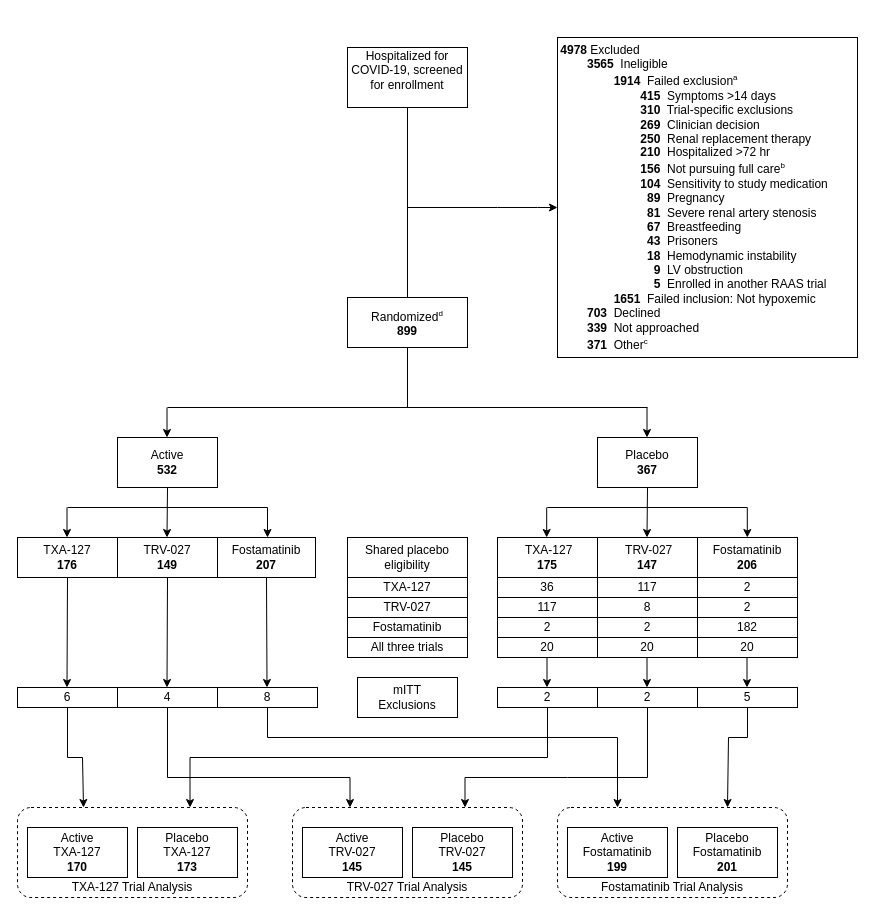
Before: Combined A4HT-CONSORT.drawio in jjdeclercq/VUMisC, a draw.io diagram. Source tidied: cells renumbered, new cells numbered last; positions are measured from the earlier drawing's top-left corner, leaving out a move shared by most shapes. Both pictures are drawn from the tidied source at 100%, with x=0, y=0 at pixel (17, 37).
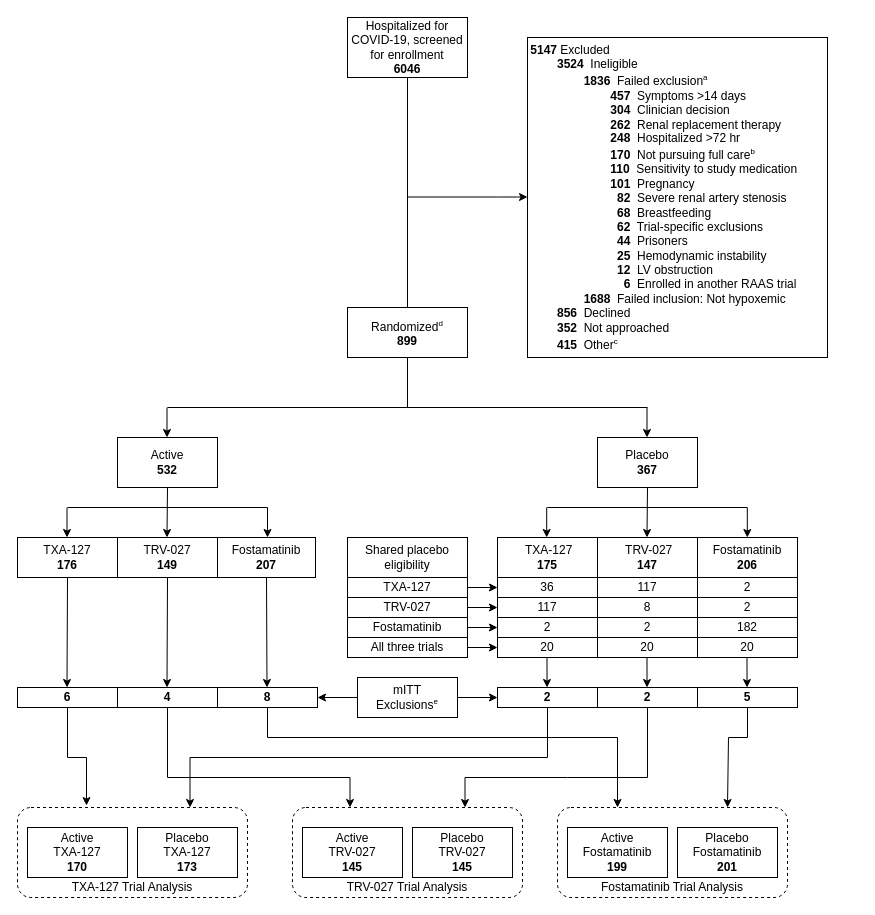
The same page after the edit.

Unchanged cells that the change refers to:
```xml
<mxCell id="16" style="rounded=1;whiteSpace=wrap;html=1;dashed=1;" parent="1" vertex="1">
  <mxGeometry y="770" width="230" height="90" as="geometry" />
</mxCell>
<mxCell id="24" value="36" style="rounded=0;whiteSpace=wrap;html=1;" parent="1" vertex="1">
  <mxGeometry x="480" y="540" width="100" height="20" as="geometry" />
</mxCell>
<mxCell id="27" value="117" style="rounded=0;whiteSpace=wrap;html=1;" parent="1" vertex="1">
  <mxGeometry x="480" y="560" width="100" height="20" as="geometry" />
</mxCell>
<mxCell id="30" value="2" style="rounded=0;whiteSpace=wrap;html=1;" parent="1" vertex="1">
  <mxGeometry x="480" y="580" width="100" height="20" as="geometry" />
</mxCell>
<mxCell id="33" value="20" style="rounded=0;whiteSpace=wrap;html=1;" parent="1" vertex="1">
  <mxGeometry x="480" y="600" width="100" height="20" as="geometry" />
</mxCell>
<mxCell id="56" value="TXA-127" style="rounded=0;whiteSpace=wrap;html=1;" parent="1" vertex="1">
  <mxGeometry x="330" y="540" width="120" height="20" as="geometry" />
</mxCell>
<mxCell id="57" value="TRV-027" style="rounded=0;whiteSpace=wrap;html=1;" parent="1" vertex="1">
  <mxGeometry x="330" y="560" width="120" height="20" as="geometry" />
</mxCell>
<mxCell id="58" value="Fostamatinib" style="rounded=0;whiteSpace=wrap;html=1;" parent="1" vertex="1">
  <mxGeometry x="330" y="580" width="120" height="20" as="geometry" />
</mxCell>
<mxCell id="59" value="All three trials" style="rounded=0;whiteSpace=wrap;html=1;" parent="1" vertex="1">
  <mxGeometry x="330" y="600" width="120" height="20" as="geometry" />
</mxCell>
```

What changed in the source:
```diff
@@
-    <mxCell id="2" value="Hospitalized for COVID-19, screened for enrollment&lt;div&gt;&lt;br/&gt;&lt;/div&gt;" style="rounded=0;whiteSpace=wrap;html=1;" parent="1" vertex="1">
-      <mxGeometry x="330" y="10" width="120" height="60" as="geometry" />
+    <mxCell id="2" value="Hospitalized for COVID-19, screened for enrollment&lt;div&gt;&lt;b&gt;6046&lt;/b&gt;&lt;/div&gt;" style="rounded=0;whiteSpace=wrap;html=1;" parent="1" vertex="1">
+      <mxGeometry x="330" y="-20" width="120" height="60" as="geometry" />
     </mxCell>
@@
-    <mxCell id="4" value="&lt;div style=&quot;text-align: left;&quot;&gt;&lt;span style=&quot;background-color: initial;&quot;&gt;&lt;b&gt;4978 &lt;/b&gt;Excluded&lt;br&gt;&lt;/span&gt;&lt;/div&gt;&lt;div style=&quot;text-align: left;&quot;&gt;&lt;span style=&quot;background-color: initial;&quot;&gt;&lt;b&gt;&lt;span style=&quot;white-space: pre;&quot;&gt;&#9;&lt;/span&gt;3565&lt;/b&gt;&amp;nbsp; Ineligible&lt;/span&gt;&lt;/div&gt;&lt;div style=&quot;text-align: left;&quot;&gt;&lt;span style=&quot;background-color: initial;&quot;&gt;&lt;span style=&quot;white-space: pre;&quot;&gt;&#9;&lt;span style=&quot;white-space: pre;&quot;&gt;&#9;&lt;/span&gt;&lt;/span&gt;&lt;b&gt;1914&lt;/b&gt;&amp;nbsp; Failed exclusion&lt;sup style=&quot;&quot;&gt;&lt;font style=&quot;font-size: 8px;&quot;&gt;a&lt;/font&gt;&lt;/sup&gt;&lt;/span&gt;&lt;/div&gt;&lt;div style=&quot;text-align: left;&quot;&gt;&lt;span style=&quot;background-color: initial;&quot;&gt;&lt;span style=&quot;white-space: pre;&quot;&gt;&#9;&lt;/span&gt;&lt;span style=&quot;white-space: pre;&quot;&gt;&#9;&lt;span style=&quot;white-space: pre;&quot;&gt;&#9;&lt;/span&gt;&lt;/span&gt;&lt;b&gt;415&lt;/b&gt;&amp;nbsp; Symptoms &amp;gt;14 days&lt;/span&gt;&lt;br&gt;&lt;/div&gt;&lt;div style=&quot;text-align: left;&quot;&gt;&lt;span style=&quot;white-space: pre;&quot;&gt;&#9;&lt;/span&gt;&lt;span style=&quot;white-space: pre;&quot;&gt;&#9;&lt;span style=&quot;white-space: pre;&quot;&gt;&#9;&lt;/span&gt;&lt;/span&gt;&lt;b&gt;310&lt;/b&gt;&amp;nbsp; Trial-specific exclusions&lt;span style=&quot;background-color: initial;&quot;&gt;&lt;br&gt;&lt;/span&gt;&lt;/div&gt;&lt;div style=&quot;text-align: left;&quot;&gt;&lt;span style=&quot;white-space: pre;&quot;&gt;&#9;&lt;/span&gt;&lt;span style=&quot;white-space: pre;&quot;&gt;&#9;&lt;span style=&quot;white-space: pre;&quot;&gt;&#9;&lt;/span&gt;&lt;/span&gt;&lt;b&gt;269&lt;/b&gt;&amp;nbsp; Clinician decision&lt;/div&gt;&lt;div style=&quot;text-align: left;&quot;&gt;&lt;b&gt;&lt;span style=&quot;white-space: pre;&quot;&gt;&#9;&lt;/span&gt;&lt;span style=&quot;white-space: pre;&quot;&gt;&#9;&lt;span style=&quot;white-space: pre;&quot;&gt;&#9;&lt;/span&gt;&lt;/span&gt;250&lt;/b&gt;&amp;nbsp; Renal replacement therapy&lt;br&gt;&lt;/div&gt;&lt;div style=&quot;text-align: left; line-height: 100%;&quot;&gt;&lt;span style=&quot;white-space: pre;&quot;&gt;&#9;&lt;/span&gt;&lt;span style=&quot;white-space: pre;&quot;&gt;&#9;&lt;span style=&quot;white-space: pre;&quot;&gt;&#9;&lt;/span&gt;&lt;/span&gt;&lt;b&gt;210&lt;/b&gt;&amp;nbsp; Hospitalized &amp;gt;72 hr&lt;/div&gt;&lt;div style=&quot;text-align: left; line-height: 120%;&quot;&gt;&lt;span style=&quot;white-space: pre;&quot;&gt;&#9;&lt;/span&gt;&lt;span style=&quot;white-space: pre;&quot;&gt;&#9;&lt;span style=&quot;white-space: pre;&quot;&gt;&#9;&lt;/span&gt;&lt;/span&gt;&lt;b&gt;156&lt;/b&gt;&amp;nbsp; Not pursuing full care&lt;sup&gt;&lt;font style=&quot;font-size: 8px;&quot;&gt;b&lt;/font&gt;&lt;/sup&gt;&lt;span style=&quot;background-color: initial; white-space: pre;&quot;&gt;&#9;&lt;/span&gt;&lt;/div&gt;&lt;div style=&quot;text-align: left;&quot;&gt;&lt;span style=&quot;background-color: initial; white-space: pre;&quot;&gt;&#9;&lt;/span&gt;&lt;span style=&quot;background-color: initial; white-space: pre;&quot;&gt;&#9;&lt;span style=&quot;white-space: pre;&quot;&gt;&#9;&lt;/span&gt;&lt;/span&gt;&lt;b style=&quot;background-color: initial;&quot;&gt;104&lt;/b&gt;&lt;span style=&quot;background-color: initial;&quot;&gt;&amp;nbsp; Sensitivity to study medication&lt;/span&gt;&lt;span style=&quot;background-color: initial; white-space: pre;&quot;&gt;&#9;&lt;/span&gt;&lt;/div&gt;&lt;div style=&quot;text-align: left;&quot;&gt;&lt;span style=&quot;background-color: initial;&quot;&gt;&lt;span style=&quot;white-space: pre;&quot;&gt;&#9;&lt;/span&gt;&lt;span style=&quot;white-space: pre;&quot;&gt;&#9;&lt;/span&gt;&amp;nbsp; &lt;span style=&quot;white-space: pre;&quot;&gt;&#9;&lt;/span&gt;&amp;nbsp;&amp;nbsp;&lt;b&gt;89&lt;/b&gt;&amp;nbsp; Pregnancy&lt;/span&gt;&lt;/div&gt;&lt;div style=&quot;text-align: left;&quot;&gt;&lt;span style=&quot;white-space: pre;&quot;&gt;&#9;&lt;/span&gt;&lt;span style=&quot;white-space: pre;&quot;&gt;&#9;&lt;/span&gt;&amp;nbsp;&amp;nbsp;&lt;span style=&quot;white-space: pre;&quot;&gt;&#9;&lt;/span&gt;&amp;nbsp;&amp;nbsp;&lt;b&gt;81&lt;/b&gt;&amp;nbsp;&amp;nbsp;Severe renal artery stenosis&lt;span style=&quot;background-color: initial;&quot;&gt;&lt;br&gt;&lt;/span&gt;&lt;/div&gt;&lt;div style=&quot;text-align: left;&quot;&gt;&lt;span style=&quot;white-space: pre;&quot;&gt;&#9;&lt;/span&gt;&amp;nbsp;&amp;nbsp;&lt;span style=&quot;white-space: pre;&quot;&gt;&#9;&lt;/span&gt;&amp;nbsp;&amp;nbsp;&lt;span style=&quot;white-space: pre;&quot;&gt;&#9;&lt;/span&gt;&amp;nbsp;&amp;nbsp;&lt;b&gt;67&lt;/b&gt;&amp;nbsp; Breastfeeding&lt;br&gt;&lt;/div&gt;&lt;div style=&quot;text-align: left;&quot;&gt;&lt;span style=&quot;white-space: pre;&quot;&gt;&#9;&lt;/span&gt;&lt;span style=&quot;white-space: pre;&quot;&gt;&#9;&lt;/span&gt;&amp;nbsp;&amp;nbsp;&lt;span style=&quot;white-space: pre;&quot;&gt;&#9;&lt;/span&gt;&amp;nbsp;&amp;nbsp;&lt;b&gt;43&lt;/b&gt;&amp;nbsp; Prisoners&lt;br&gt;&lt;/div&gt;&lt;div style=&quot;text-align: left;&quot;&gt;&lt;span style=&quot;background-color: initial;&quot;&gt;&lt;span style=&quot;white-space: pre;&quot;&gt;&#9;&lt;/span&gt;&lt;span style=&quot;white-space: pre;&quot;&gt;&#9;&lt;/span&gt;&amp;nbsp; &lt;span style=&quot;white-space: pre;&quot;&gt;&#9;&lt;/span&gt;&amp;nbsp;&amp;nbsp;&lt;b&gt;18&lt;/b&gt;&amp;nbsp; Hemodynamic instability&lt;/span&gt;&lt;/div&gt;&lt;div style=&quot;text-align: left;&quot;&gt;&lt;span style=&quot;background-color: initial;&quot;&gt;&lt;span style=&quot;white-space: pre;&quot;&gt;&#9;&lt;/span&gt;&lt;span style=&quot;white-space: pre;&quot;&gt;&#9;&lt;/span&gt;&amp;nbsp; &amp;nbsp;&lt;span style=&quot;white-space: pre;&quot;&gt;&#9;&lt;/span&gt;&amp;nbsp; &amp;nbsp;&amp;nbsp;&lt;b&gt;9&lt;/b&gt;&amp;nbsp; LV obstruction&lt;/span&gt;&lt;/div&gt;&lt;div style=&quot;text-align: left;&quot;&gt;&lt;span style=&quot;background-color: initial;&quot;&gt;&lt;span style=&quot;white-space: pre;&quot;&gt;&#9;&lt;/span&gt;&lt;span style=&quot;white-space: pre;&quot;&gt;&#9;&lt;/span&gt;&amp;nbsp; &amp;nbsp; &amp;nbsp; &amp;nbsp; &amp;nbsp; &amp;nbsp;&amp;nbsp;&lt;b&gt;5&lt;/b&gt;&amp;nbsp; Enrolled in another RAAS trial&lt;/span&gt;&lt;/div&gt;&lt;div style=&quot;text-align: left;&quot;&gt;&lt;span style=&quot;white-space: pre;&quot;&gt;&#9;&lt;span style=&quot;white-space: pre;&quot;&gt;&#9;&lt;/span&gt;&lt;/span&gt;&lt;b&gt;1651&lt;/b&gt;&amp;nbsp; Failed inclusion: Not hypoxemic&lt;br&gt;&lt;/div&gt;&lt;div style=&quot;text-align: left;&quot;&gt;&lt;span style=&quot;border-color: var(--border-color);&quot;&gt;&lt;b&gt;&lt;span style=&quot;white-space: pre;&quot;&gt;&#9;&lt;/span&gt;703&lt;/b&gt;&amp;nbsp; Declined&lt;br&gt;&lt;/span&gt;&lt;/div&gt;&lt;div style=&quot;text-align: left;&quot;&gt;&lt;span style=&quot;background-color: initial;&quot;&gt;&lt;b&gt;&lt;span style=&quot;white-space: pre;&quot;&gt;&#9;&lt;/span&gt;339&lt;/b&gt;&amp;nbsp; Not approached&lt;/span&gt;&lt;/div&gt;&lt;div style=&quot;text-align: left;&quot;&gt;&lt;span style=&quot;background-color: initial;&quot;&gt;&lt;b&gt;&lt;span style=&quot;white-space: pre;&quot;&gt;&#9;&lt;/span&gt;371&lt;/b&gt;&amp;nbsp; Other&lt;sup&gt;&lt;font style=&quot;font-size: 8px;&quot;&gt;c&lt;/font&gt;&lt;/sup&gt;&lt;/span&gt;&lt;br&gt;&lt;/div&gt;" style="rounded=0;whiteSpace=wrap;html=1;" parent="1" vertex="1">
-      <mxGeometry x="540" width="300" height="320" as="geometry" />
+    <mxCell id="4" value="&lt;div style=&quot;text-align: left;&quot;&gt;&lt;span style=&quot;background-color: initial;&quot;&gt;&lt;b&gt;5147&amp;nbsp;&lt;/b&gt;Excluded&lt;br&gt;&lt;/span&gt;&lt;/div&gt;&lt;div style=&quot;text-align: left;&quot;&gt;&lt;span style=&quot;background-color: initial;&quot;&gt;&lt;b&gt;&lt;span style=&quot;white-space: pre;&quot;&gt;&#9;&lt;/span&gt;3524&lt;/b&gt;&amp;nbsp; Ineligible&lt;/span&gt;&lt;/div&gt;&lt;div style=&quot;text-align: left;&quot;&gt;&lt;span style=&quot;background-color: initial;&quot;&gt;&lt;span style=&quot;white-space: pre;&quot;&gt;&#9;&lt;span style=&quot;white-space: pre;&quot;&gt;&#9;&lt;/span&gt;&lt;/span&gt;&lt;b&gt;1836&lt;/b&gt;&amp;nbsp; Failed exclusion&lt;sup style=&quot;&quot;&gt;&lt;font style=&quot;font-size: 8px;&quot;&gt;a&lt;/font&gt;&lt;/sup&gt;&lt;/span&gt;&lt;/div&gt;&lt;div style=&quot;text-align: left;&quot;&gt;&lt;span style=&quot;background-color: initial;&quot;&gt;&lt;span style=&quot;white-space: pre;&quot;&gt;&#9;&lt;/span&gt;&lt;span style=&quot;white-space: pre;&quot;&gt;&#9;&lt;span style=&quot;white-space: pre;&quot;&gt;&#9;&lt;/span&gt;&lt;/span&gt;&lt;b&gt;457&lt;/b&gt;&amp;nbsp; Symptoms &amp;gt;14 days&lt;/span&gt;&lt;/div&gt;&lt;div style=&quot;text-align: left;&quot;&gt;&lt;span style=&quot;white-space: pre;&quot;&gt;&#9;&lt;/span&gt;&lt;span style=&quot;white-space: pre;&quot;&gt;&#9;&lt;span style=&quot;white-space: pre;&quot;&gt;&#9;&lt;/span&gt;&lt;/span&gt;&lt;b&gt;304&lt;/b&gt;&amp;nbsp; Clinician decision&lt;/div&gt;&lt;div style=&quot;text-align: left;&quot;&gt;&lt;b&gt;&lt;span style=&quot;white-space: pre;&quot;&gt;&#9;&lt;/span&gt;&lt;span style=&quot;white-space: pre;&quot;&gt;&#9;&lt;span style=&quot;white-space: pre;&quot;&gt;&#9;&lt;/span&gt;&lt;/span&gt;262&lt;/b&gt;&amp;nbsp; Renal replacement therapy&lt;br&gt;&lt;/div&gt;&lt;div style=&quot;text-align: left; line-height: 100%;&quot;&gt;&lt;span style=&quot;white-space: pre;&quot;&gt;&#9;&lt;/span&gt;&lt;span style=&quot;white-space: pre;&quot;&gt;&#9;&lt;span style=&quot;white-space: pre;&quot;&gt;&#9;&lt;/span&gt;&lt;/span&gt;&lt;b&gt;248&lt;/b&gt;&amp;nbsp; Hospitalized &amp;gt;72 hr&lt;/div&gt;&lt;div style=&quot;text-align: left; line-height: 120%;&quot;&gt;&lt;span style=&quot;white-space: pre;&quot;&gt;&#9;&lt;/span&gt;&lt;span style=&quot;white-space: pre;&quot;&gt;&#9;&lt;span style=&quot;white-space: pre;&quot;&gt;&#9;&lt;/span&gt;&lt;/span&gt;&lt;b&gt;170&lt;/b&gt;&amp;nbsp; Not pursuing full care&lt;sup&gt;&lt;font style=&quot;font-size: 8px;&quot;&gt;b&lt;/font&gt;&lt;/sup&gt;&lt;span style=&quot;background-color: initial; white-space: pre;&quot;&gt;&#9;&lt;/span&gt;&lt;/div&gt;&lt;div style=&quot;text-align: left;&quot;&gt;&lt;span style=&quot;background-color: initial; white-space: pre;&quot;&gt;&#9;&lt;/span&gt;&lt;span style=&quot;background-color: initial; white-space: pre;&quot;&gt;&#9;&lt;span style=&quot;white-space: pre;&quot;&gt;&#9;&lt;/span&gt;&lt;/span&gt;&lt;b style=&quot;background-color: initial;&quot;&gt;110&lt;/b&gt;&lt;span style=&quot;background-color: initial;&quot;&gt;&amp;nbsp; Sensitivity to study medication&lt;/span&gt;&lt;span style=&quot;background-color: initial; white-space: pre;&quot;&gt;&#9;&lt;/span&gt;&lt;/div&gt;&lt;div style=&quot;text-align: left;&quot;&gt;&lt;span style=&quot;background-color: initial;&quot;&gt;&lt;span style=&quot;white-space: pre;&quot;&gt;&#9;&lt;/span&gt;&lt;span style=&quot;white-space: pre;&quot;&gt;&#9;&lt;/span&gt;&amp;nbsp; &lt;span style=&quot;white-space: pre;&quot;&gt;&#9;&lt;/span&gt;&lt;b&gt;101&lt;/b&gt;&amp;nbsp; Pregnancy&lt;/span&gt;&lt;/div&gt;&lt;div style=&quot;text-align: left;&quot;&gt;&lt;span style=&quot;white-space: pre;&quot;&gt;&#9;&lt;/span&gt;&lt;span style=&quot;white-space: pre;&quot;&gt;&#9;&lt;/span&gt;&amp;nbsp;&amp;nbsp;&lt;span style=&quot;white-space: pre;&quot;&gt;&#9;&lt;/span&gt;&amp;nbsp;&amp;nbsp;&lt;b&gt;82&lt;/b&gt;&amp;nbsp;&amp;nbsp;Severe renal artery stenosis&lt;span style=&quot;background-color: initial;&quot;&gt;&lt;br&gt;&lt;/span&gt;&lt;/div&gt;&lt;div style=&quot;text-align: left;&quot;&gt;&lt;span style=&quot;white-space: pre;&quot;&gt;&#9;&lt;/span&gt;&amp;nbsp;&amp;nbsp;&lt;span style=&quot;white-space: pre;&quot;&gt;&#9;&lt;/span&gt;&amp;nbsp;&amp;nbsp;&lt;span style=&quot;white-space: pre;&quot;&gt;&#9;&lt;/span&gt;&amp;nbsp;&amp;nbsp;&lt;b&gt;68&lt;/b&gt;&amp;nbsp; Breastfeeding&lt;br&gt;&lt;/div&gt;&lt;div style=&quot;text-align: left;&quot;&gt;&lt;b&gt;&lt;span style=&quot;white-space: pre;&quot;&gt;&#9;&lt;/span&gt;&lt;span style=&quot;white-space: pre;&quot;&gt;&#9;&lt;/span&gt;&lt;span style=&quot;white-space: pre;&quot;&gt;&#9;&lt;/span&gt;&amp;nbsp; 62&lt;/b&gt;&amp;nbsp; Trial-specific exclusions&lt;br&gt;&lt;/div&gt;&lt;div style=&quot;text-align: left;&quot;&gt;&lt;span style=&quot;white-space: pre;&quot;&gt;&#9;&lt;/span&gt;&lt;span style=&quot;white-space: pre;&quot;&gt;&#9;&lt;/span&gt;&amp;nbsp;&amp;nbsp;&lt;span style=&quot;white-space: pre;&quot;&gt;&#9;&lt;/span&gt;&amp;nbsp;&amp;nbsp;&lt;b&gt;44&lt;/b&gt;&amp;nbsp; Prisoners&lt;br&gt;&lt;/div&gt;&lt;div style=&quot;text-align: left;&quot;&gt;&lt;span style=&quot;background-color: initial;&quot;&gt;&lt;span style=&quot;white-space: pre;&quot;&gt;&#9;&lt;/span&gt;&lt;span style=&quot;white-space: pre;&quot;&gt;&#9;&lt;/span&gt;&amp;nbsp; &lt;span style=&quot;white-space: pre;&quot;&gt;&#9;&lt;/span&gt;&amp;nbsp;&amp;nbsp;&lt;b&gt;25&lt;/b&gt;&amp;nbsp; Hemodynamic instability&lt;/span&gt;&lt;/div&gt;&lt;div style=&quot;text-align: left;&quot;&gt;&lt;span style=&quot;background-color: initial;&quot;&gt;&lt;span style=&quot;white-space: pre;&quot;&gt;&#9;&lt;/span&gt;&lt;span style=&quot;white-space: pre;&quot;&gt;&#9;&lt;/span&gt;&amp;nbsp; &amp;nbsp;&lt;span style=&quot;white-space: pre;&quot;&gt;&#9;&lt;/span&gt;&amp;nbsp; &lt;b&gt;12&lt;/b&gt;&amp;nbsp; LV obstruction&lt;/span&gt;&lt;/div&gt;&lt;div style=&quot;text-align: left;&quot;&gt;&lt;span style=&quot;background-color: initial;&quot;&gt;&lt;span style=&quot;white-space: pre;&quot;&gt;&#9;&lt;/span&gt;&lt;span style=&quot;white-space: pre;&quot;&gt;&#9;&lt;/span&gt;&amp;nbsp; &amp;nbsp; &amp;nbsp; &amp;nbsp; &amp;nbsp; &amp;nbsp; &lt;b&gt;6&lt;/b&gt;&amp;nbsp; Enrolled in another RAAS trial&lt;/span&gt;&lt;/div&gt;&lt;div style=&quot;text-align: left;&quot;&gt;&lt;span style=&quot;white-space: pre;&quot;&gt;&#9;&lt;span style=&quot;white-space: pre;&quot;&gt;&#9;&lt;/span&gt;&lt;/span&gt;&lt;b&gt;1688&lt;/b&gt;&amp;nbsp; Failed inclusion: Not hypoxemic&lt;br&gt;&lt;/div&gt;&lt;div style=&quot;text-align: left;&quot;&gt;&lt;span style=&quot;border-color: var(--border-color);&quot;&gt;&lt;b&gt;&lt;span style=&quot;white-space: pre;&quot;&gt;&#9;&lt;/span&gt;856&lt;/b&gt;&amp;nbsp; Declined&lt;br&gt;&lt;/span&gt;&lt;/div&gt;&lt;div style=&quot;text-align: left;&quot;&gt;&lt;span style=&quot;background-color: initial;&quot;&gt;&lt;b&gt;&lt;span style=&quot;white-space: pre;&quot;&gt;&#9;&lt;/span&gt;352&lt;/b&gt;&amp;nbsp; Not approached&lt;/span&gt;&lt;/div&gt;&lt;div style=&quot;text-align: left;&quot;&gt;&lt;span style=&quot;background-color: initial;&quot;&gt;&lt;b&gt;&lt;span style=&quot;white-space: pre;&quot;&gt;&#9;&lt;/span&gt;415&lt;/b&gt;&amp;nbsp; Other&lt;sup&gt;&lt;font style=&quot;font-size: 8px;&quot;&gt;c&lt;/font&gt;&lt;/sup&gt;&lt;/span&gt;&lt;br&gt;&lt;/div&gt;" style="rounded=0;whiteSpace=wrap;html=1;" parent="1" vertex="1">
+      <mxGeometry x="510" width="300" height="320" as="geometry" />
     </mxCell>
     <mxCell id="5" value="Randomized&lt;sup style=&quot;&quot;&gt;&lt;font style=&quot;font-size: 8px;&quot;&gt;d&lt;/font&gt;&lt;/sup&gt;&lt;div&gt;&lt;b&gt;899&lt;/b&gt;&lt;/div&gt;" style="rounded=0;whiteSpace=wrap;html=1;" parent="1" vertex="1">
-      <mxGeometry x="330" y="260" width="120" height="50" as="geometry" />
+      <mxGeometry x="330" y="270" width="120" height="50" as="geometry" />
     </mxCell>
@@
     <mxCell id="9" style="endArrow=classic;html=1;rounded=0;" parent="1" edge="1">
       <mxGeometry relative="1" as="geometry">
-        <mxPoint x="390" y="170" as="sourcePoint" />
-        <mxPoint x="540" y="170" as="targetPoint" />
+        <mxPoint x="390" y="159.5" as="sourcePoint" />
+        <mxPoint x="510" y="159.5" as="targetPoint" />
         <Array as="points">
-          <mxPoint x="480" y="170" />
-          <mxPoint x="520" y="170" />
+          <mxPoint x="480" y="159.5" />
+          <mxPoint x="500" y="159.5" />
         </Array>
       </mxGeometry>
     </mxCell>
@@
+    <mxCell id="76" style="edgeStyle=orthogonalEdgeStyle;rounded=0;jettySize=auto;html=1;entryX=1;entryY=0.5;entryDx=0;entryDy=0;" parent="1" edge="1" source="35" target="54">
+      <mxGeometry relative="1" as="geometry" />
+    </mxCell>
+    <mxCell id="77" style="edgeStyle=orthogonalEdgeStyle;rounded=0;jettySize=auto;html=1;entryX=0;entryY=0.5;entryDx=0;entryDy=0;" parent="1" edge="1" source="35" target="39">
+      <mxGeometry relative="1" as="geometry" />
+    </mxCell>
-    <mxCell id="35" value="mITT&lt;div&gt;Exclusions&lt;/div&gt;" style="rounded=0;whiteSpace=wrap;html=1;" parent="1" vertex="1">
+    <mxCell id="35" value="mITT&lt;div&gt;Exclusions&lt;sup style=&quot;font-size: 8px;&quot;&gt;e&lt;/sup&gt;&lt;/div&gt;" style="rounded=0;whiteSpace=wrap;html=1;" parent="1" vertex="1">
       <mxGeometry x="340" y="640" width="100" height="40" as="geometry" />
     </mxCell>
@@
-    <mxCell id="37" value="2" style="rounded=0;whiteSpace=wrap;html=1;" parent="1" vertex="1">
+    <mxCell id="37" value="&lt;b&gt;2&lt;/b&gt;" style="rounded=0;whiteSpace=wrap;html=1;" parent="1" vertex="1">
       <mxGeometry x="580" y="650" width="100" height="20" as="geometry" />
     </mxCell>
@@
-    <mxCell id="39" value="2" style="rounded=0;whiteSpace=wrap;html=1;" parent="1" vertex="1">
+    <mxCell id="39" value="&lt;b&gt;2&lt;/b&gt;" style="rounded=0;whiteSpace=wrap;html=1;" parent="1" vertex="1">
       <mxGeometry x="480" y="650" width="100" height="20" as="geometry" />
     </mxCell>
-    <mxCell id="40" value="5" style="rounded=0;whiteSpace=wrap;html=1;" parent="1" vertex="1">
+    <mxCell id="40" value="&lt;b&gt;5&lt;/b&gt;" style="rounded=0;whiteSpace=wrap;html=1;" parent="1" vertex="1">
       <mxGeometry x="680" y="650" width="100" height="20" as="geometry" />
     </mxCell>
@@
-    <mxCell id="50" value="4" style="rounded=0;whiteSpace=wrap;html=1;" parent="1" vertex="1">
+    <mxCell id="50" value="&lt;b&gt;4&lt;/b&gt;" style="rounded=0;whiteSpace=wrap;html=1;" parent="1" vertex="1">
       <mxGeometry x="100" y="650" width="100" height="20" as="geometry" />
     </mxCell>
-    <mxCell id="51" style="edgeStyle=orthogonalEdgeStyle;rounded=0;jettySize=auto;html=1;entryX=0.287;entryY=0;entryDx=0;entryDy=0;entryPerimeter=0;" parent="1" edge="1" source="52" target="16">
-      <mxGeometry relative="1" as="geometry">
-        <Array as="points">
-          <mxPoint x="50" y="720" />
-          <mxPoint x="65" y="720" />
-        </Array>
-      </mxGeometry>
-    </mxCell>
-    <mxCell id="52" value="6" style="rounded=0;whiteSpace=wrap;html=1;" parent="1" vertex="1">
+    <mxCell id="52" value="&lt;b&gt;6&lt;/b&gt;" style="rounded=0;whiteSpace=wrap;html=1;" parent="1" vertex="1">
       <mxGeometry y="650" width="100" height="20" as="geometry" />
     </mxCell>
@@
-    <mxCell id="54" value="8" style="rounded=0;whiteSpace=wrap;html=1;" parent="1" vertex="1">
+    <mxCell id="54" value="&lt;b&gt;8&lt;/b&gt;" style="rounded=0;whiteSpace=wrap;html=1;" parent="1" vertex="1">
       <mxGeometry x="200" y="650" width="100" height="20" as="geometry" />
     </mxCell>
@@
+    <mxCell id="78" style="edgeStyle=orthogonalEdgeStyle;rounded=0;jettySize=auto;html=1;exitX=1;exitY=0.5;exitDx=0;exitDy=0;entryX=0;entryY=0.5;entryDx=0;entryDy=0;" parent="1" edge="1" source="56" target="24">
+      <mxGeometry relative="1" as="geometry" />
+    </mxCell>
@@
+    <mxCell id="79" style="edgeStyle=orthogonalEdgeStyle;rounded=0;jettySize=auto;html=1;entryX=0;entryY=0.5;entryDx=0;entryDy=0;" parent="1" edge="1" source="57" target="27">
+      <mxGeometry relative="1" as="geometry" />
+    </mxCell>
@@
+    <mxCell id="80" style="edgeStyle=orthogonalEdgeStyle;rounded=0;jettySize=auto;html=1;entryX=0;entryY=0.5;entryDx=0;entryDy=0;" parent="1" edge="1" source="58" target="30">
+      <mxGeometry relative="1" as="geometry" />
+    </mxCell>
@@
+    <mxCell id="81" style="edgeStyle=orthogonalEdgeStyle;rounded=0;jettySize=auto;html=1;entryX=0;entryY=0.5;entryDx=0;entryDy=0;" parent="1" edge="1" source="59" target="33">
+      <mxGeometry relative="1" as="geometry" />
+    </mxCell>
@@
+    <mxCell id="51" style="edgeStyle=orthogonalEdgeStyle;rounded=0;jettySize=auto;html=1;entryX=0.3;entryY=-0.022;entryDx=0;entryDy=0;entryPerimeter=0;" parent="1" edge="1" source="52" target="16">
+      <mxGeometry relative="1" as="geometry" />
+    </mxCell>
```
